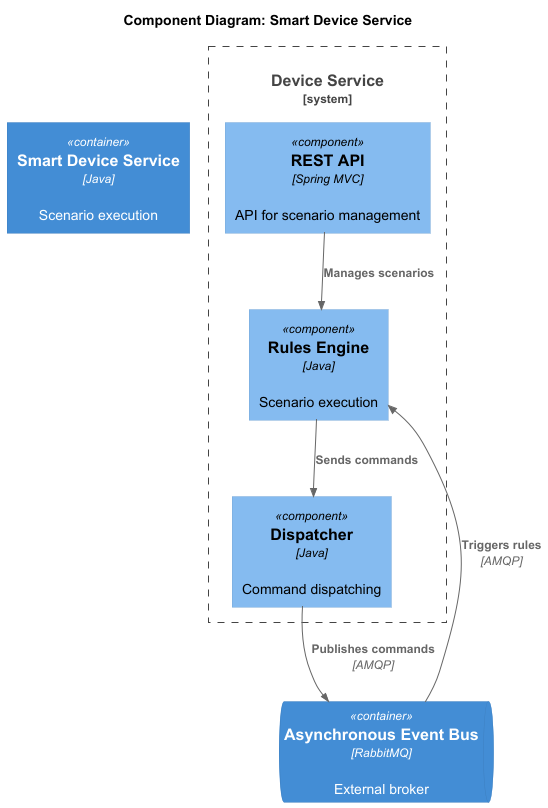
The PlantUML diagram diagrams/component/component_device_service.png in winmord/architecture-pro-warmhouse, before a commit.
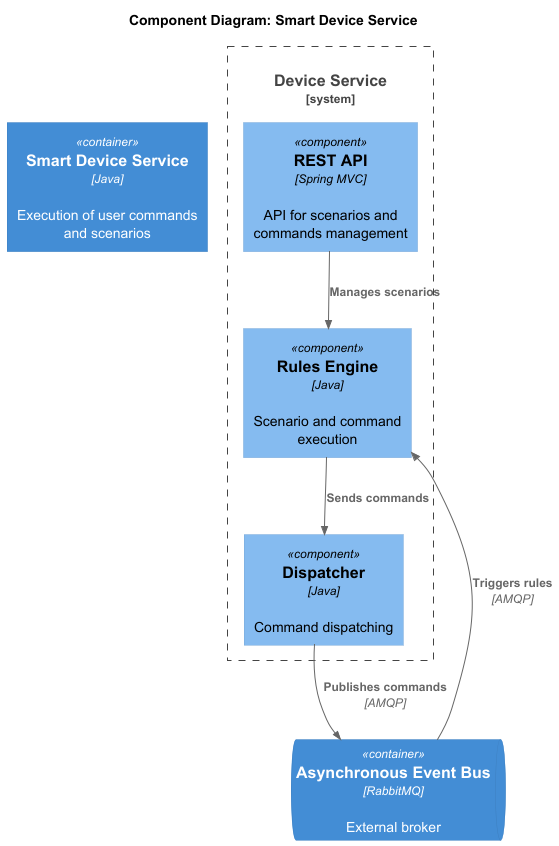
The same file after the commit.

Commit message:
fix: change component, code and ER-diagram, device service OpenAPI

Diff of the diagram source:
```diff
@@ -3,11 +3,11 @@
 
 title Component Diagram: Smart Device Service
 
-Container(device_service, "Smart Device Service", "Java", "Scenario execution")
+Container(device_service, "Smart Device Service", "Java", "Execution of user commands and scenarios")
 
 System_Boundary(orchestrator_boundary, "Device Service") {
-    Component(api, "REST API", "Spring MVC", "API for scenario management")
-    Component(engine, "Rules Engine", "Java", "Scenario execution")
+    Component(api, "REST API", "Spring MVC", "API for scenarios and commands management")
+    Component(engine, "Rules Engine", "Java", "Scenario and command execution")
     Component(dispatcher, "Dispatcher", "Java", "Command dispatching")
 }
 
```
